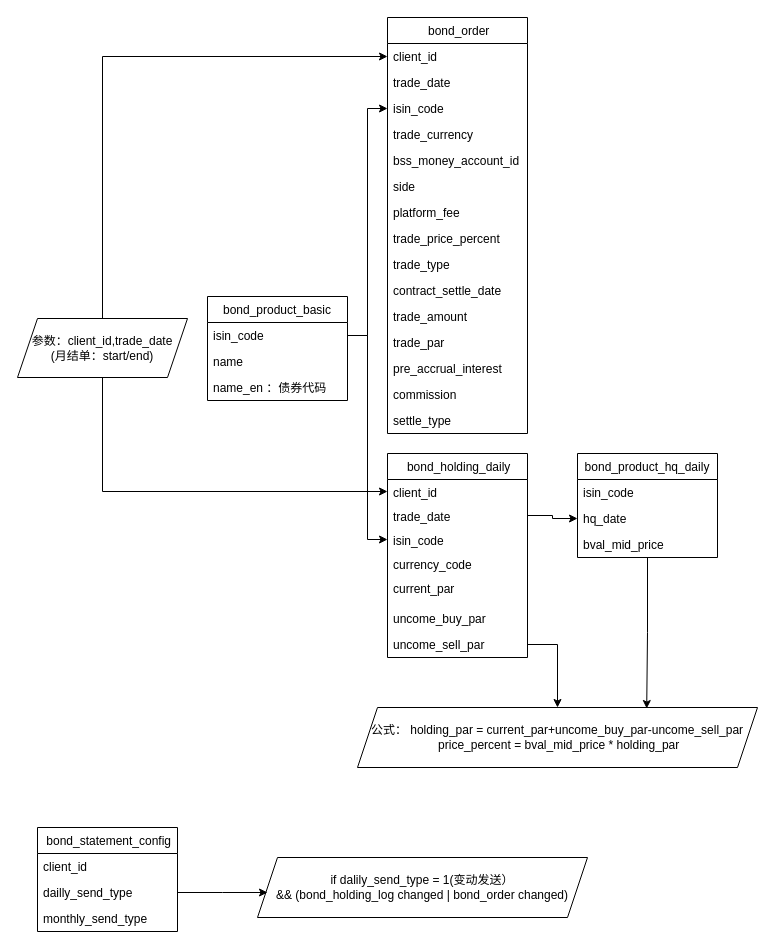
Earlier version of the draw.io diagram statement.drawio (mhygge/java-learning). Source tidied: cells renumbered, new cells numbered last; positions are measured from the earlier drawing's top-left corner, leaving out a move shared by most shapes. Both pictures are drawn from the tidied source at 100%, with x=0, y=0 at pixel (17, 17).
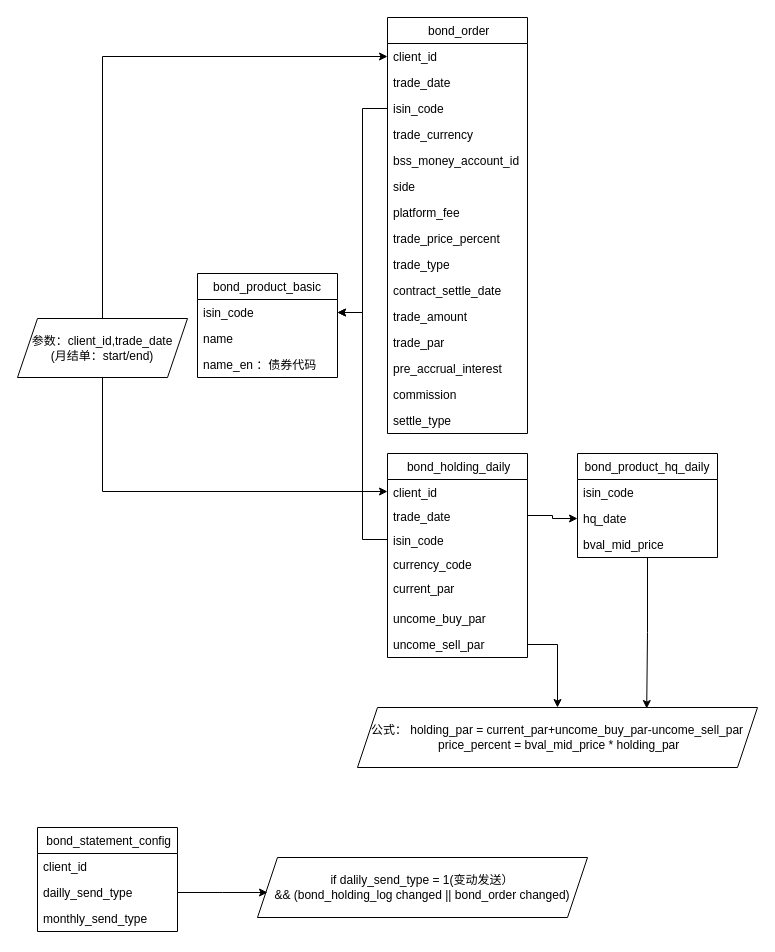
The same diagram, later.

The change refers to these unchanged cells:
```xml
<mxCell id="5" value="isin_code" style="text;strokeColor=none;fillColor=none;align=left;verticalAlign=top;spacingLeft=4;spacingRight=4;overflow=hidden;points=[[0,0.5],[1,0.5]];portConstraint=eastwest;" parent="2" vertex="1">
  <mxGeometry y="78" width="140" height="26" as="geometry" />
</mxCell>
<mxCell id="19" value="isin_code" style="text;strokeColor=none;fillColor=none;align=left;verticalAlign=top;spacingLeft=4;spacingRight=4;overflow=hidden;points=[[0,0.5],[1,0.5]];portConstraint=eastwest;" parent="18" vertex="1">
  <mxGeometry y="26" width="140" height="26" as="geometry" />
</mxCell>
<mxCell id="31" value="isin_code" style="text;strokeColor=none;fillColor=none;align=left;verticalAlign=top;spacingLeft=4;spacingRight=4;overflow=hidden;points=[[0,0.5],[1,0.5]];portConstraint=eastwest;" parent="28" vertex="1">
  <mxGeometry y="74" width="140" height="24" as="geometry" />
</mxCell>
```

The edit, as a diff of the source:
```diff
@@
     <mxCell id="18" value="bond_product_basic" style="swimlane;fontStyle=0;horizontal=1;startSize=26;fillColor=none;" parent="1" vertex="1">
-      <mxGeometry x="190" y="279" width="140" height="104" as="geometry" />
+      <mxGeometry x="180" y="256" width="140" height="104" as="geometry" />
     </mxCell>
@@
-    <mxCell id="43" style="edgeStyle=orthogonalEdgeStyle;rounded=0;jettySize=auto;html=1;exitX=1;exitY=0.5;exitDx=0;exitDy=0;entryX=0;entryY=0.5;entryDx=0;entryDy=0;" parent="1" edge="1" source="19" target="5">
-      <mxGeometry relative="1" as="geometry" />
-    </mxCell>
-    <mxCell id="44" style="edgeStyle=orthogonalEdgeStyle;rounded=0;jettySize=auto;html=1;exitX=1;exitY=0.5;exitDx=0;exitDy=0;entryX=0;entryY=0.5;entryDx=0;entryDy=0;" parent="1" edge="1" source="19" target="31">
-      <mxGeometry relative="1" as="geometry" />
-    </mxCell>
@@
-    <mxCell id="48" value="if dalily_send_type = 1(变动发送）&lt;br&gt;&amp;amp;&amp;amp; (bond_holding_log changed | bond_order changed)" style="shape=parallelogram;perimeter=parallelogramPerimeter;whiteSpace=wrap;html=1;fixedSize=1;shadow=0;strokeColor=#000000;fillColor=none;" parent="1" vertex="1">
+    <mxCell id="48" value="if dalily_send_type = 1(变动发送）&lt;br&gt;&amp;amp;&amp;amp; (bond_holding_log changed || bond_order changed)" style="shape=parallelogram;perimeter=parallelogramPerimeter;whiteSpace=wrap;html=1;fixedSize=1;shadow=0;strokeColor=#000000;fillColor=none;" parent="1" vertex="1">
       <mxGeometry x="240" y="840" width="330" height="60" as="geometry" />
     </mxCell>
@@
+    <mxCell id="50" style="edgeStyle=orthogonalEdgeStyle;rounded=0;jettySize=auto;html=1;entryX=1;entryY=0.5;entryDx=0;entryDy=0;" parent="1" edge="1" source="5" target="19">
+      <mxGeometry relative="1" as="geometry" />
+    </mxCell>
+    <mxCell id="51" style="edgeStyle=orthogonalEdgeStyle;rounded=0;jettySize=auto;html=1;entryX=1;entryY=0.5;entryDx=0;entryDy=0;" parent="1" edge="1" source="31" target="19">
+      <mxGeometry relative="1" as="geometry" />
+    </mxCell>
```
